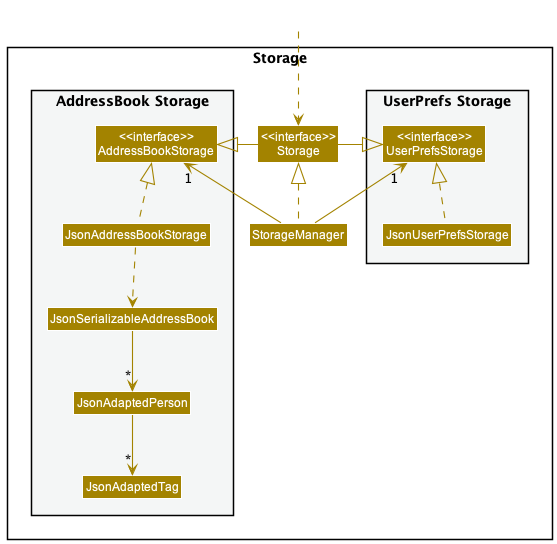
nus-cs2103-AY2223S2/tp keeps this PlantUML diagram as docs/images/StorageClassDiagram.png. Above is the earlier version.
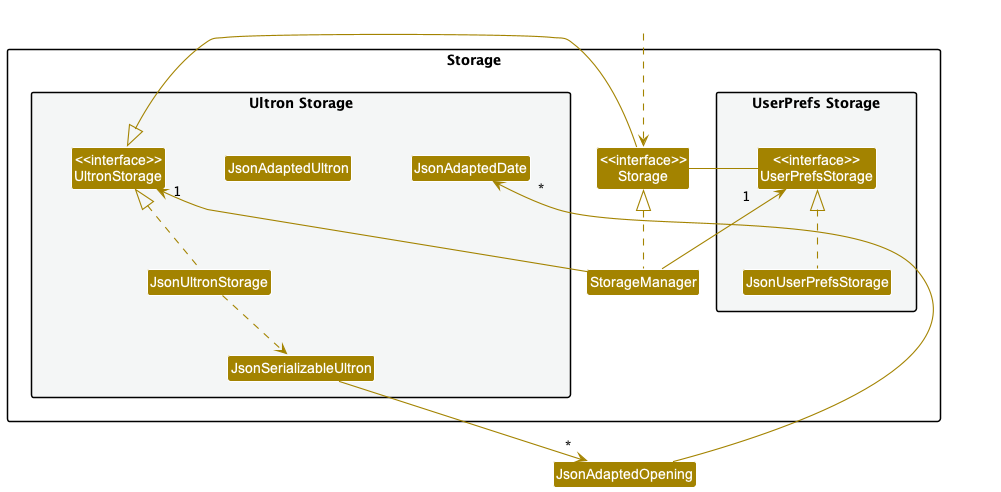
After the change.

The edit, as a diff of the source:
```diff
@@ -14,12 +14,12 @@
 Class "<<interface>>\nStorage" as Storage
 Class StorageManager
 
-package "AddressBook Storage" #F4F6F6{
-Class "<<interface>>\nAddressBookStorage" as AddressBookStorage
-Class JsonAddressBookStorage
-Class JsonSerializableAddressBook
-Class JsonAdaptedPerson
-Class JsonAdaptedTag
+package "Ultron Storage" #F4F6F6{
+Class "<<interface>>\nUltronStorage" as UltronStorage
+Class JsonUltronStorage
+Class JsonSerializableUltron
+Class JsonAdaptedUltron
+Class JsonAdaptedDate
 }
 
 }
@@ -29,15 +29,15 @@
 
 StorageManager .up.|> Storage
 StorageManager -up-> "1" UserPrefsStorage
-StorageManager -up-> "1" AddressBookStorage
+StorageManager -up-> "1" UltronStorage
 
 Storage -left-|> UserPrefsStorage
-Storage -right-|> AddressBookStorage
+Storage -right-|> UltronStorage
 
 JsonUserPrefsStorage .up.|> UserPrefsStorage
-JsonAddressBookStorage .up.|> AddressBookStorage
-JsonAddressBookStorage ..> JsonSerializableAddressBook
-JsonSerializableAddressBook --> "*" JsonAdaptedPerson
-JsonAdaptedPerson --> "*" JsonAdaptedTag
+JsonUltronStorage .up.|> UltronStorage
+JsonUltronStorage ..> JsonSerializableUltron
+JsonSerializableUltron --> "*" JsonAdaptedOpening
+JsonAdaptedOpening --> "*" JsonAdaptedDate
 
 @enduml
```
